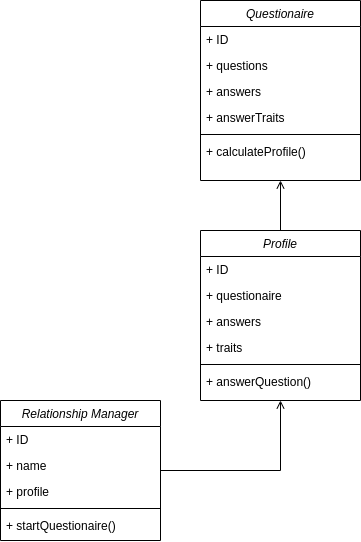
Earlier version of the draw.io export cd_cmc.png (younesDev00/InformationSystems). Source tidied: cells renumbered, new cells last; positions are measured from the earlier drawing's top-left corner, leaving out a move shared by most shapes.
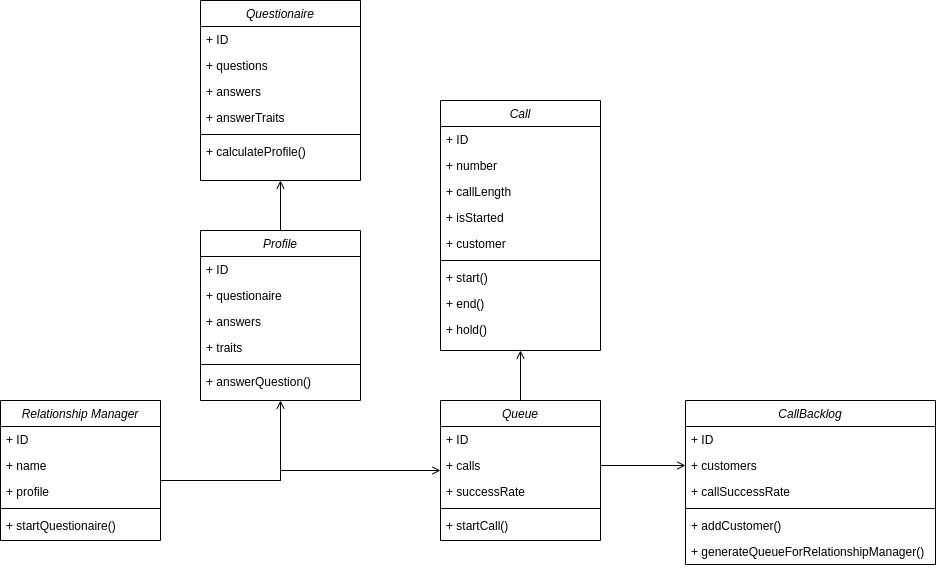
After the change.

Commit message:
Added relation manager queue creation and backlog to class diagram (closes #37, closes #38)

What changed in the source:
```diff
@@ -3,7 +3,11 @@
     <mxCell id="0" />
     <mxCell id="1" parent="0" />
     <mxCell id="2" style="edgeStyle=orthogonalEdgeStyle;rounded=0;jettySize=auto;html=1;entryX=0.5;entryY=1;entryDx=0;entryDy=0;endArrow=open;endFill=0;" parent="1" edge="1" source="3" target="10">
-      <mxGeometry relative="1" as="geometry" />
+      <mxGeometry relative="1" as="geometry">
+        <Array as="points">
+          <mxPoint x="280" y="480" />
+        </Array>
+      </mxGeometry>
     </mxCell>
     <mxCell id="3" value="Relationship Manager" style="swimlane;fontStyle=2;align=center;verticalAlign=top;horizontal=1;startSize=26;rounded=0;shadow=0;strokeWidth=1;" parent="1" vertex="1">
       <mxGeometry y="400" width="160" height="140" as="geometry" />
@@ -68,5 +72,88 @@
     <mxCell id="23" value="+ calculateProfile()" style="text;align=left;verticalAlign=top;spacingLeft=4;spacingRight=4;overflow=hidden;" parent="17" vertex="1">
       <mxGeometry y="138" width="160" height="26" as="geometry" />
     </mxCell>
+    <mxCell id="24" style="edgeStyle=orthogonalEdgeStyle;rounded=0;jettySize=auto;html=1;entryX=0;entryY=0.5;entryDx=0;entryDy=0;endArrow=open;endFill=0;" parent="1" edge="1" source="6" target="26">
+      <mxGeometry relative="1" as="geometry">
+        <Array as="points">
+          <mxPoint x="280" y="480" />
+          <mxPoint x="280" y="470" />
+        </Array>
+      </mxGeometry>
+    </mxCell>
+    <mxCell id="25" style="edgeStyle=orthogonalEdgeStyle;rounded=0;jettySize=auto;html=1;entryX=0.5;entryY=1;entryDx=0;entryDy=0;endArrow=open;endFill=0;" parent="1" edge="1" source="26" target="32">
+      <mxGeometry relative="1" as="geometry" />
+    </mxCell>
+    <mxCell id="26" value="Queue" style="swimlane;fontStyle=2;align=center;verticalAlign=top;horizontal=1;startSize=26;rounded=0;shadow=0;strokeWidth=1;" parent="1" vertex="1">
+      <mxGeometry x="440" y="400" width="160" height="140" as="geometry" />
+    </mxCell>
+    <mxCell id="27" value="+ ID" style="text;align=left;verticalAlign=top;spacingLeft=4;spacingRight=4;overflow=hidden;" parent="26" vertex="1">
+      <mxGeometry y="26" width="160" height="26" as="geometry" />
+    </mxCell>
+    <mxCell id="28" value="+ calls" style="text;align=left;verticalAlign=top;spacingLeft=4;spacingRight=4;overflow=hidden;points=[[0,0.5],[1,0.5]];portConstraint=eastwest;rounded=0;shadow=0;html=0;" parent="26" vertex="1">
+      <mxGeometry y="52" width="160" height="26" as="geometry" />
+    </mxCell>
+    <mxCell id="29" value="+ successRate" style="text;align=left;verticalAlign=top;spacingLeft=4;spacingRight=4;overflow=hidden;rounded=0;shadow=0;html=0;" parent="26" vertex="1">
+      <mxGeometry y="78" width="160" height="26" as="geometry" />
+    </mxCell>
+    <mxCell id="30" style="line;html=1;strokeWidth=1;align=left;verticalAlign=middle;spacingTop=-1;spacingLeft=3;spacingRight=3;labelPosition=right;" parent="26" vertex="1">
+      <mxGeometry y="104" width="160" height="8" as="geometry" />
+    </mxCell>
+    <mxCell id="31" value="+ startCall()" style="text;align=left;verticalAlign=top;spacingLeft=4;spacingRight=4;overflow=hidden;" parent="26" vertex="1">
+      <mxGeometry y="112" width="160" height="26" as="geometry" />
+    </mxCell>
+    <mxCell id="32" value="Call" style="swimlane;fontStyle=2;align=center;verticalAlign=top;horizontal=1;startSize=26;rounded=0;shadow=0;strokeWidth=1;" parent="1" vertex="1">
+      <mxGeometry x="440" y="100" width="160" height="250" as="geometry" />
+    </mxCell>
+    <mxCell id="33" value="+ ID" style="text;align=left;verticalAlign=top;spacingLeft=4;spacingRight=4;overflow=hidden;" parent="32" vertex="1">
+      <mxGeometry y="26" width="160" height="26" as="geometry" />
+    </mxCell>
+    <mxCell id="34" value="+ number" style="text;align=left;verticalAlign=top;spacingLeft=4;spacingRight=4;overflow=hidden;rounded=0;shadow=0;html=0;" parent="32" vertex="1">
+      <mxGeometry y="52" width="160" height="26" as="geometry" />
+    </mxCell>
+    <mxCell id="35" value="+ callLength" style="text;align=left;verticalAlign=top;spacingLeft=4;spacingRight=4;overflow=hidden;rounded=0;shadow=0;html=0;" parent="32" vertex="1">
+      <mxGeometry y="78" width="160" height="26" as="geometry" />
+    </mxCell>
+    <mxCell id="36" value="+ isStarted" style="text;align=left;verticalAlign=top;spacingLeft=4;spacingRight=4;overflow=hidden;rounded=0;shadow=0;html=0;" parent="32" vertex="1">
+      <mxGeometry y="104" width="160" height="26" as="geometry" />
+    </mxCell>
+    <mxCell id="37" value="+ customer" style="text;align=left;verticalAlign=top;spacingLeft=4;spacingRight=4;overflow=hidden;rounded=0;shadow=0;html=0;" parent="32" vertex="1">
+      <mxGeometry y="130" width="160" height="26" as="geometry" />
+    </mxCell>
+    <mxCell id="38" style="line;html=1;strokeWidth=1;align=left;verticalAlign=middle;spacingTop=-1;spacingLeft=3;spacingRight=3;labelPosition=right;" parent="32" vertex="1">
+      <mxGeometry y="156" width="160" height="8" as="geometry" />
+    </mxCell>
+    <mxCell id="39" value="+ start()" style="text;align=left;verticalAlign=top;spacingLeft=4;spacingRight=4;overflow=hidden;" parent="32" vertex="1">
+      <mxGeometry y="164" width="160" height="26" as="geometry" />
+    </mxCell>
+    <mxCell id="40" value="+ end()" style="text;align=left;verticalAlign=top;spacingLeft=4;spacingRight=4;overflow=hidden;" parent="32" vertex="1">
+      <mxGeometry y="190" width="160" height="26" as="geometry" />
+    </mxCell>
+    <mxCell id="41" value="+ hold()" style="text;align=left;verticalAlign=top;spacingLeft=4;spacingRight=4;overflow=hidden;" parent="32" vertex="1">
+      <mxGeometry y="216" width="160" height="26" as="geometry" />
+    </mxCell>
+    <mxCell id="42" value="CallBacklog" style="swimlane;fontStyle=2;align=center;verticalAlign=top;horizontal=1;startSize=26;rounded=0;shadow=0;strokeWidth=1;" parent="1" vertex="1">
+      <mxGeometry x="685" y="400" width="250" height="164" as="geometry" />
+    </mxCell>
+    <mxCell id="43" value="+ ID" style="text;align=left;verticalAlign=top;spacingLeft=4;spacingRight=4;overflow=hidden;" parent="42" vertex="1">
+      <mxGeometry y="26" width="250" height="26" as="geometry" />
+    </mxCell>
+    <mxCell id="44" value="+ customers" style="text;align=left;verticalAlign=top;spacingLeft=4;spacingRight=4;overflow=hidden;points=[[0,0.5],[1,0.5]];portConstraint=eastwest;rounded=0;shadow=0;html=0;" parent="42" vertex="1">
+      <mxGeometry y="52" width="250" height="26" as="geometry" />
+    </mxCell>
+    <mxCell id="45" value="+ callSuccessRate" style="text;align=left;verticalAlign=top;spacingLeft=4;spacingRight=4;overflow=hidden;rounded=0;shadow=0;html=0;" parent="42" vertex="1">
+      <mxGeometry y="78" width="250" height="26" as="geometry" />
+    </mxCell>
+    <mxCell id="46" style="line;html=1;strokeWidth=1;align=left;verticalAlign=middle;spacingTop=-1;spacingLeft=3;spacingRight=3;labelPosition=right;" parent="42" vertex="1">
+      <mxGeometry y="104" width="250" height="8" as="geometry" />
+    </mxCell>
+    <mxCell id="47" value="+ addCustomer()" style="text;align=left;verticalAlign=top;spacingLeft=4;spacingRight=4;overflow=hidden;" parent="42" vertex="1">
+      <mxGeometry y="112" width="250" height="26" as="geometry" />
+    </mxCell>
+    <mxCell id="48" value="+ generateQueueForRelationshipManager()" style="text;align=left;verticalAlign=top;spacingLeft=4;spacingRight=4;overflow=hidden;" parent="42" vertex="1">
+      <mxGeometry y="138" width="250" height="26" as="geometry" />
+    </mxCell>
+    <mxCell id="49" style="edgeStyle=orthogonalEdgeStyle;rounded=0;jettySize=auto;html=1;entryX=0;entryY=0.5;entryDx=0;entryDy=0;endArrow=open;endFill=0;" parent="1" edge="1" source="28" target="44">
+      <mxGeometry relative="1" as="geometry" />
+    </mxCell>
   </root>
 </mxGraphModel>
```
